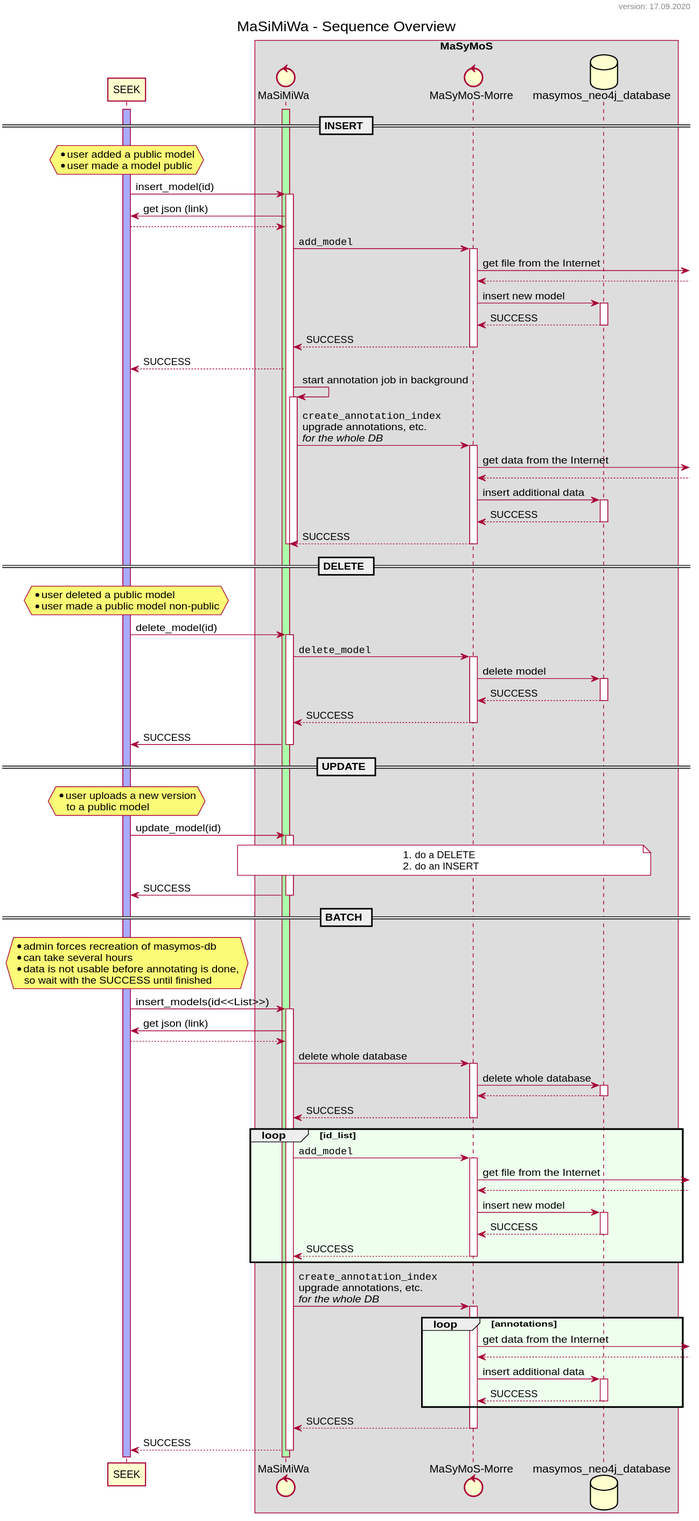
This is dev/uml/sequence_overview.svg from MaSyMoS/masymos-seek-middleware, a PlantUML export, as it was before one commit. Source of this version:
```plantuml
@startuml

title MaSiMiWa - Sequence Overview
header version: %date("dd.MM.yyyy")

skinparam defaultFontName Helvetica
skinparam shadowing false

participant "SEEK" as seek
box "MaSyMoS"
    control "MaSiMiWa" as miwa
    control "MaSyMoS-Morre" as morre
    database "masymos_neo4j_database" as db


activate seek #aaf
    activate miwa #afa

== INSERT ==

hnote over seek
    * user added a public model
    * user made a model public
end note

seek            ->      miwa            : insert_model(id)
    activate miwa

seek            <-      miwa            : get json (link)
seek            -->     miwa

    miwa            ->      morre           : ""add_model""
        activate morre

        morre           ->]                     : get file from the Internet
        morre           <--]

        morre           ->      db              : insert new model
            activate db
        morre           <--     db              : SUCCESS
            deactivate db

    miwa            <--     morre           : SUCCESS
        deactivate morre

seek            <--     miwa            : SUCCESS
    miwa            ->      miwa        : start annotation job in background
    activate miwa

    miwa            ->      morre           : ""create_annotation_index""\nupgrade annotations, etc.\n//for the whole DB//
        activate morre

        morre           ->]                     : get data from the Internet
        morre           <--]

        morre           ->      db              : insert additional data
            activate db
        morre           <--     db              : SUCCESS
            deactivate db

    miwa            <--     morre           : SUCCESS
        deactivate morre
    deactivate miwa
    deactivate miwa








== DELETE ==

hnote over seek
    * user deleted a public model
    * user made a public model non-public
end note

seek            ->      miwa            : delete_model(id)
    activate miwa

    miwa            ->      morre           : ""delete_model""
        activate morre

        morre           ->      db              : delete model
            activate db
        morre           <--     db              : SUCCESS
            deactivate db

    miwa            <--     morre           : SUCCESS
        deactivate morre

seek            <-      miwa            : SUCCESS
    deactivate miwa






== UPDATE ==

hnote over seek
    * user uploads a new version
       to a public model
end note

seek            ->      miwa            : update_model(id)
    activate miwa

    note over miwa,db #fff
        # do a DELETE
        # do an INSERT
    end note

seek            <-      miwa            : SUCCESS
    deactivate miwa




== BATCH ==

hnote over seek
    * admin forces recreation of masymos-db
    * can take several hours
    * data is not usable before annotating is done,
       so wait with the SUCCESS until finished
end note

seek            ->      miwa            : insert_models(id<<List>>)
    activate miwa

seek            <-      miwa            : get json (link)
seek            -->     miwa

    miwa            ->      morre           : delete whole database
        activate morre
        morre           ->      db              : delete whole database
            activate db
        morre           <--     db
            deactivate db
    miwa            <--     morre           : SUCCESS
        deactivate morre

    loop #efe id_list

    miwa            ->      morre           : ""add_model""
        activate morre

        morre           ->]                     : get file from the Internet
        morre           <--]

        morre           ->      db              : insert new model
            activate db
        morre           <--     db              : SUCCESS
            deactivate db

    miwa            <--     morre           : SUCCESS
        deactivate morre

    end

    miwa            ->      morre           : ""create_annotation_index""\nupgrade annotations, etc.\n//for the whole DB//
        activate morre

        loop #efe annotations

        morre           ->]                     : get data from the Internet
        morre           <--]

        morre           ->      db              : insert additional data
            activate db
        morre           <--     db              : SUCCESS
            deactivate db

        end

    miwa            <--     morre           : SUCCESS
        deactivate morre

seek            <--     miwa            : SUCCESS

    deactivate miwa






@enduml
```
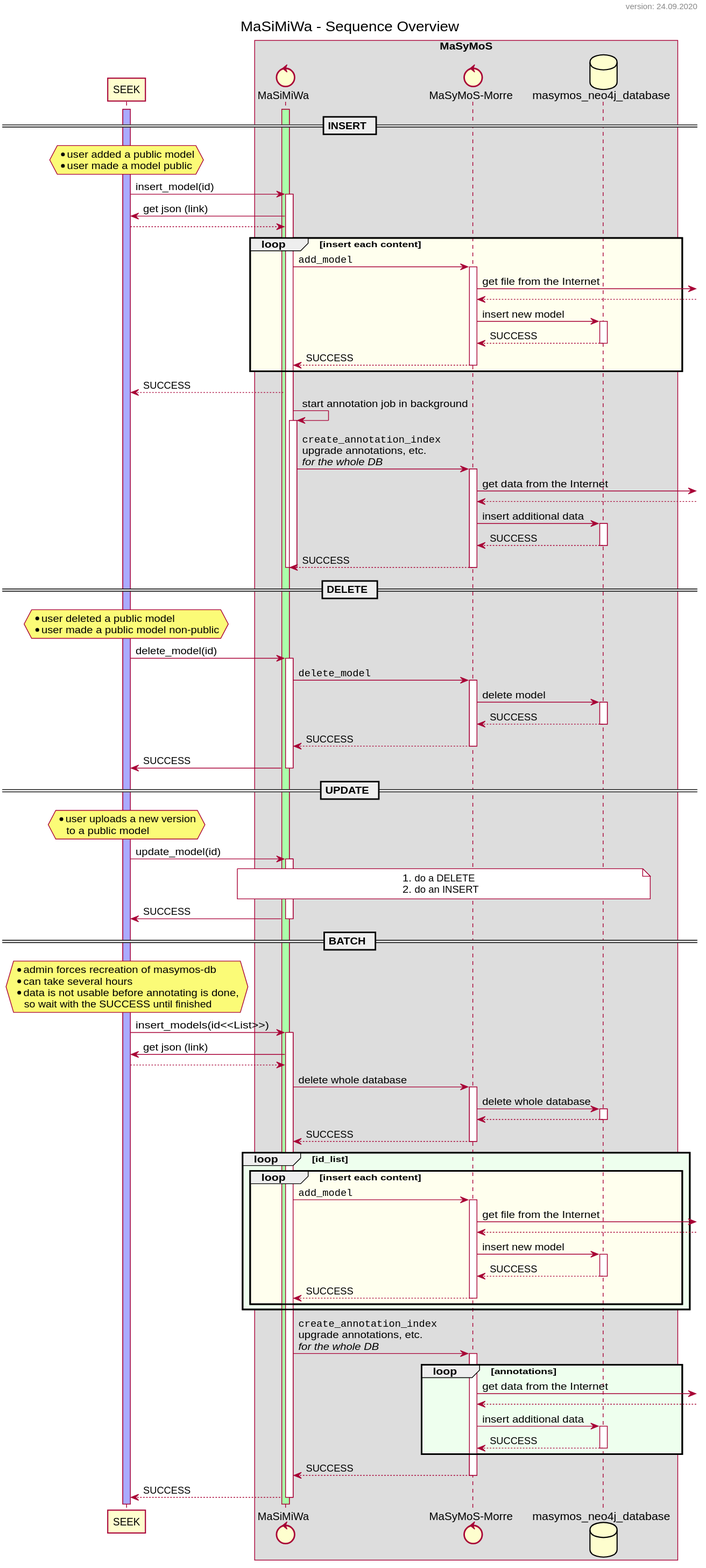
The same file after the commit.

Commit message:
uml: add decisions; started terminology; updated sequence_overview UML

What changed in the source:
```diff
@@ -29,6 +29,7 @@
 seek            <-      miwa            : get json (link)
 seek            -->     miwa
 
+    loop #ffe insert each content
     miwa            ->      morre           : ""add_model""
         activate morre
 
@@ -42,6 +43,7 @@
 
     miwa            <--     morre           : SUCCESS
         deactivate morre
+    end
 
 seek            <--     miwa            : SUCCESS
     miwa            ->      miwa        : start annotation job in background
@@ -146,6 +148,8 @@
 
     loop #efe id_list
 
+    loop #ffe insert each content
+
     miwa            ->      morre           : ""add_model""
         activate morre
 
@@ -160,6 +164,7 @@
     miwa            <--     morre           : SUCCESS
         deactivate morre
 
+    end
     end
 
     miwa            ->      morre           : ""create_annotation_index""\nupgrade annotations, etc.\n//for the whole DB//
```
